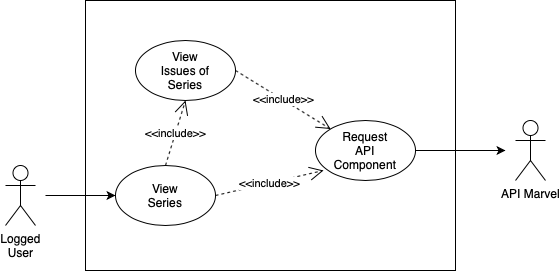
Above: Design Document/img/usecases/viewseries.png in febbo/Cracker-IOS-Mobile-Application (draw.io), before the change. Source tidied: cells renumbered, new cells last; positions are measured from the earlier drawing's top-left corner, leaving out a move shared by most shapes. The source it was exported from:
```xml
<mxGraphModel>
  <root>
    <mxCell id="0" />
    <mxCell id="1" parent="0" />
    <mxCell id="2" value="Logged&lt;br&gt;User" style="shape=umlActor;verticalLabelPosition=bottom;labelBackgroundColor=#ffffff;verticalAlign=top;html=1;" parent="1" vertex="1">
      <mxGeometry y="165" width="30" height="60" as="geometry" />
    </mxCell>
    <mxCell id="3" style="rounded=0;whiteSpace=wrap;html=1;" parent="1" vertex="1">
      <mxGeometry x="80" width="370" height="270" as="geometry" />
    </mxCell>
    <mxCell id="4" value="View&lt;br&gt;Series" style="ellipse;whiteSpace=wrap;html=1;" parent="1" vertex="1">
      <mxGeometry x="110" y="165" width="100" height="60" as="geometry" />
    </mxCell>
    <mxCell id="5" value="Request&lt;br&gt;API&lt;br&gt;Component" style="ellipse;whiteSpace=wrap;html=1;" parent="1" vertex="1">
      <mxGeometry x="310" y="120" width="100" height="60" as="geometry" />
    </mxCell>
    <mxCell id="6" value="API Marvel" style="shape=umlActor;verticalLabelPosition=bottom;labelBackgroundColor=#ffffff;verticalAlign=top;html=1;" parent="1" vertex="1">
      <mxGeometry x="510" y="120" width="30" height="60" as="geometry" />
    </mxCell>
    <mxCell id="7" style="endArrow=classic;html=1;entryX=0;entryY=0.5;entryDx=0;entryDy=0;" parent="1" edge="1" target="4">
      <mxGeometry relative="1" as="geometry">
        <mxPoint x="40" y="195" as="sourcePoint" />
      </mxGeometry>
    </mxCell>
    <mxCell id="8" style="endArrow=classic;html=1;exitX=1;exitY=0.5;exitDx=0;exitDy=0;" parent="1" edge="1" source="5">
      <mxGeometry relative="1" as="geometry">
        <mxPoint x="500" y="150" as="targetPoint" />
      </mxGeometry>
    </mxCell>
    <mxCell id="9" value="&amp;lt;&amp;lt;include&amp;gt;&amp;gt;" style="endArrow=open;endSize=12;dashed=1;html=1;entryX=0.08;entryY=0.833;entryDx=0;entryDy=0;exitX=1;exitY=0.5;exitDx=0;exitDy=0;entryPerimeter=0;" parent="1" edge="1" source="4" target="5">
      <mxGeometry relative="1" as="geometry" />
    </mxCell>
    <mxCell id="10" value="View&lt;br&gt;Issues of&lt;br&gt;Series" style="ellipse;whiteSpace=wrap;html=1;" parent="1" vertex="1">
      <mxGeometry x="130" y="40" width="100" height="60" as="geometry" />
    </mxCell>
    <mxCell id="11" value="&amp;lt;&amp;lt;include&amp;gt;&amp;gt;" style="endArrow=open;endSize=12;dashed=1;html=1;entryX=0.5;entryY=1;entryDx=0;entryDy=0;exitX=0.5;exitY=0;exitDx=0;exitDy=0;" parent="1" edge="1" source="4" target="10">
      <mxGeometry relative="1" as="geometry" />
    </mxCell>
    <mxCell id="12" value="&amp;lt;&amp;lt;include&amp;gt;&amp;gt;" style="endArrow=open;endSize=12;dashed=1;html=1;exitX=1;exitY=0.5;exitDx=0;exitDy=0;" parent="1" edge="1" source="10" target="5">
      <mxGeometry relative="1" as="geometry" />
    </mxCell>
  </root>
</mxGraphModel>
```
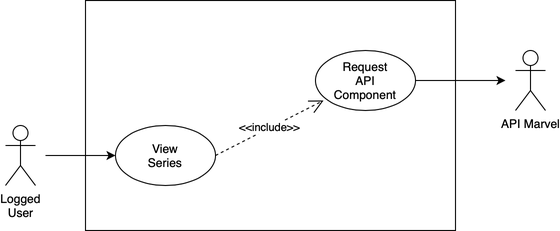
After the change.

What changed in the source:
```diff
@@ -6,16 +6,16 @@
       <mxGeometry y="165" width="30" height="60" as="geometry" />
     </mxCell>
     <mxCell id="3" style="rounded=0;whiteSpace=wrap;html=1;" parent="1" vertex="1">
-      <mxGeometry x="80" width="370" height="270" as="geometry" />
+      <mxGeometry x="80" y="40" width="370" height="230" as="geometry" />
     </mxCell>
     <mxCell id="4" value="View&lt;br&gt;Series" style="ellipse;whiteSpace=wrap;html=1;" parent="1" vertex="1">
       <mxGeometry x="110" y="165" width="100" height="60" as="geometry" />
     </mxCell>
     <mxCell id="5" value="Request&lt;br&gt;API&lt;br&gt;Component" style="ellipse;whiteSpace=wrap;html=1;" parent="1" vertex="1">
-      <mxGeometry x="310" y="120" width="100" height="60" as="geometry" />
+      <mxGeometry x="310" y="90" width="100" height="60" as="geometry" />
     </mxCell>
     <mxCell id="6" value="API Marvel" style="shape=umlActor;verticalLabelPosition=bottom;labelBackgroundColor=#ffffff;verticalAlign=top;html=1;" parent="1" vertex="1">
-      <mxGeometry x="510" y="120" width="30" height="60" as="geometry" />
+      <mxGeometry x="510" y="90" width="30" height="60" as="geometry" />
     </mxCell>
     <mxCell id="7" style="endArrow=classic;html=1;entryX=0;entryY=0.5;entryDx=0;entryDy=0;" parent="1" edge="1" target="4">
       <mxGeometry relative="1" as="geometry">
@@ -24,20 +24,11 @@
     </mxCell>
     <mxCell id="8" style="endArrow=classic;html=1;exitX=1;exitY=0.5;exitDx=0;exitDy=0;" parent="1" edge="1" source="5">
       <mxGeometry relative="1" as="geometry">
-        <mxPoint x="500" y="150" as="targetPoint" />
+        <mxPoint x="500" y="120" as="targetPoint" />
       </mxGeometry>
     </mxCell>
     <mxCell id="9" value="&amp;lt;&amp;lt;include&amp;gt;&amp;gt;" style="endArrow=open;endSize=12;dashed=1;html=1;entryX=0.08;entryY=0.833;entryDx=0;entryDy=0;exitX=1;exitY=0.5;exitDx=0;exitDy=0;entryPerimeter=0;" parent="1" edge="1" source="4" target="5">
       <mxGeometry relative="1" as="geometry" />
     </mxCell>
-    <mxCell id="10" value="View&lt;br&gt;Issues of&lt;br&gt;Series" style="ellipse;whiteSpace=wrap;html=1;" parent="1" vertex="1">
-      <mxGeometry x="130" y="40" width="100" height="60" as="geometry" />
-    </mxCell>
-    <mxCell id="11" value="&amp;lt;&amp;lt;include&amp;gt;&amp;gt;" style="endArrow=open;endSize=12;dashed=1;html=1;entryX=0.5;entryY=1;entryDx=0;entryDy=0;exitX=0.5;exitY=0;exitDx=0;exitDy=0;" parent="1" edge="1" source="4" target="10">
-      <mxGeometry relative="1" as="geometry" />
-    </mxCell>
-    <mxCell id="12" value="&amp;lt;&amp;lt;include&amp;gt;&amp;gt;" style="endArrow=open;endSize=12;dashed=1;html=1;exitX=1;exitY=0.5;exitDx=0;exitDy=0;" parent="1" edge="1" source="10" target="5">
-      <mxGeometry relative="1" as="geometry" />
-    </mxCell>
   </root>
 </mxGraphModel>
```
